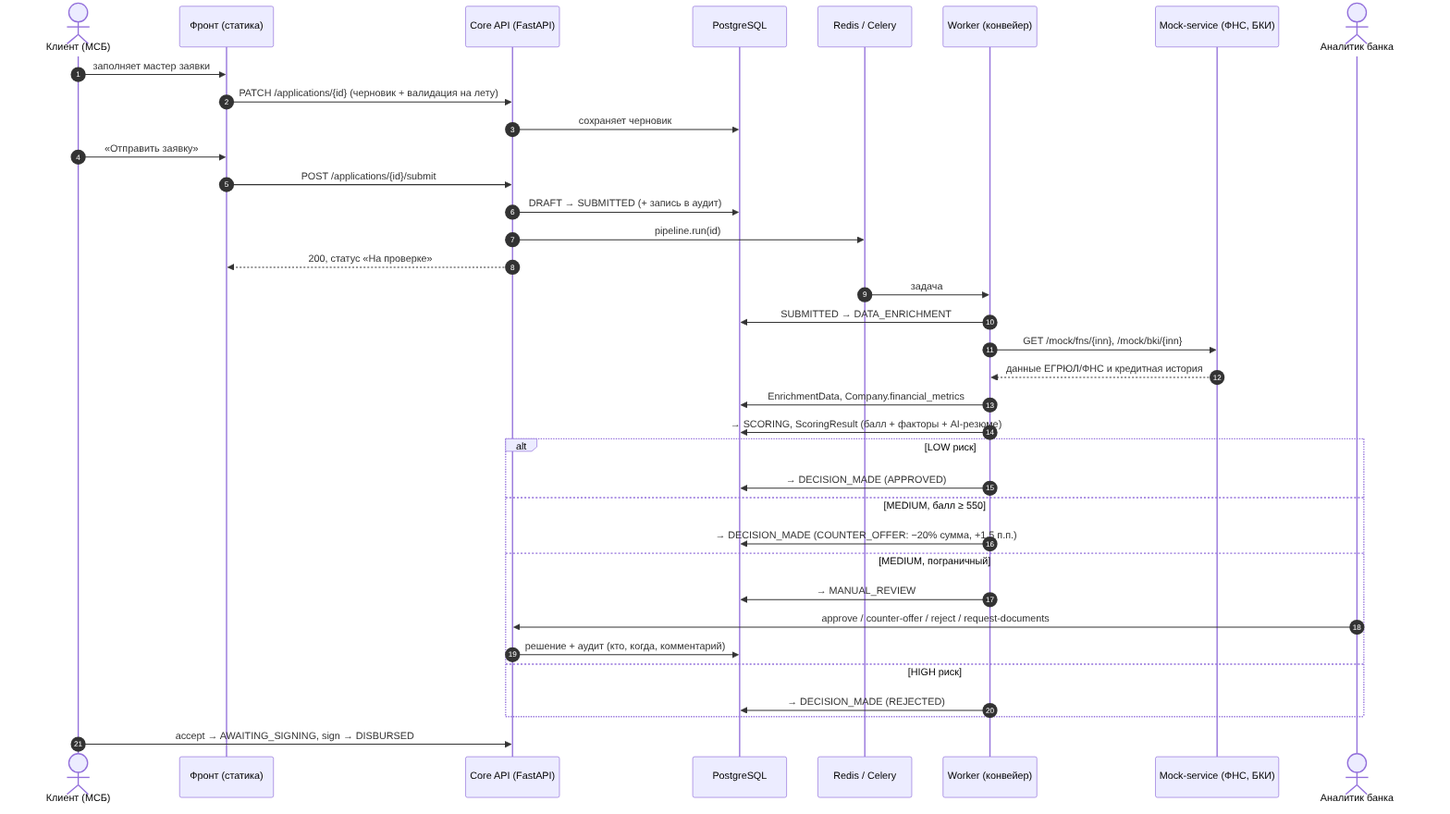
MinervaGalo/credin_cabinet_client keeps this Mermaid diagram as docs/architecture.png. Above is the earlier version. Its source is kept beside it as docs/architecture.mmd.
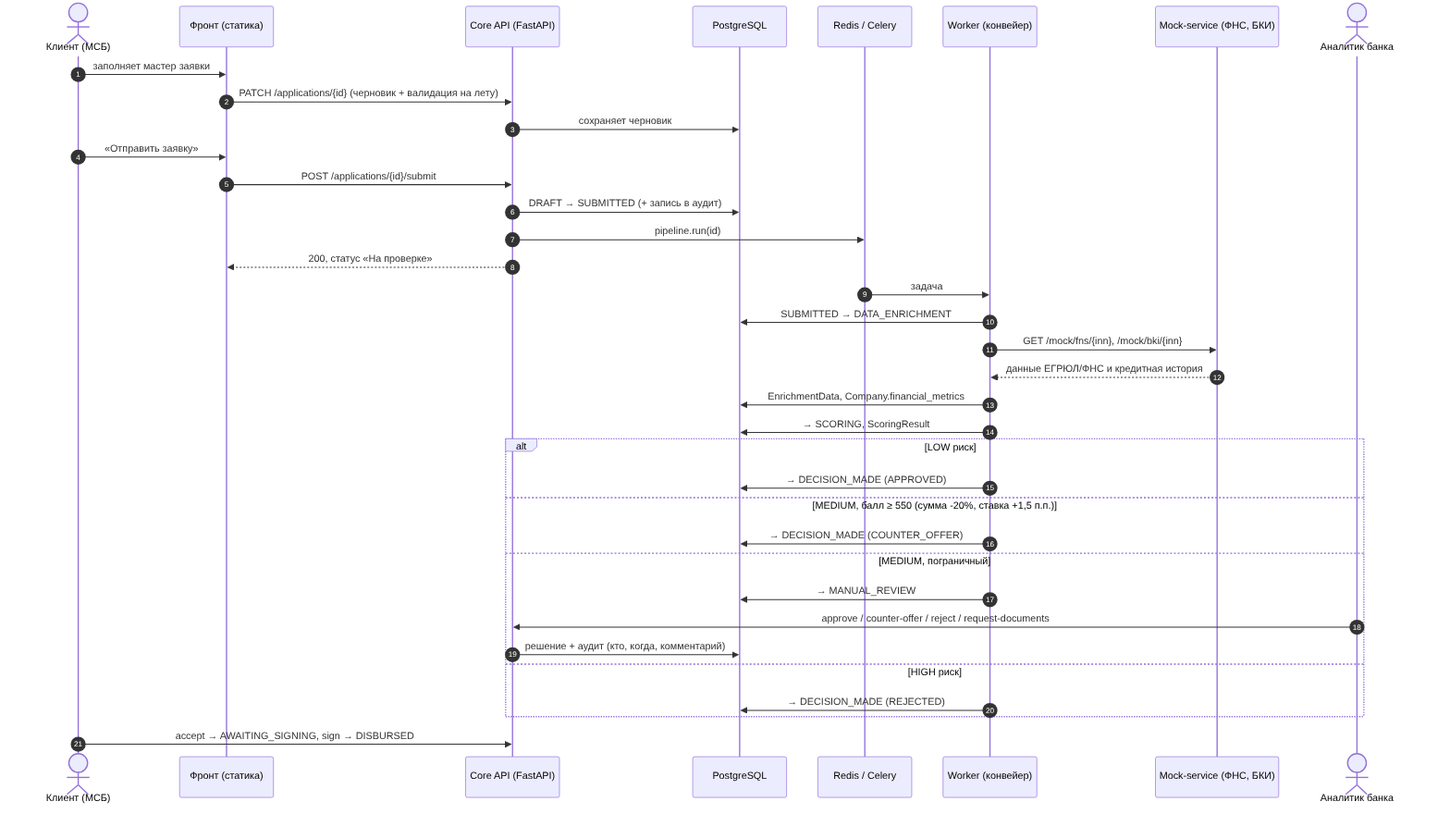
The same diagram one commit later.

Change to the diagram source:
```diff
@@ -22,11 +22,11 @@
     W->>M: GET /mock/fns/{inn}, /mock/bki/{inn}
     M-->>W: данные ЕГРЮЛ/ФНС и кредитная история
     W->>DB: EnrichmentData, Company.financial_metrics
-    W->>DB: → SCORING, ScoringResult (балл + факторы + AI-резюме)
+    W->>DB: → SCORING, ScoringResult
     alt LOW риск
         W->>DB: → DECISION_MADE (APPROVED)
-    else MEDIUM, балл ≥ 550
-        W->>DB: → DECISION_MADE (COUNTER_OFFER: −20% сумма, +1.5 п.п.)
+    else MEDIUM, балл ≥ 550 (сумма -20%, ставка +1,5 п.п.)
+        W->>DB: → DECISION_MADE (COUNTER_OFFER)
     else MEDIUM, пограничный
         W->>DB: → MANUAL_REVIEW
         A->>API: approve / counter-offer / reject / request-documents
```
